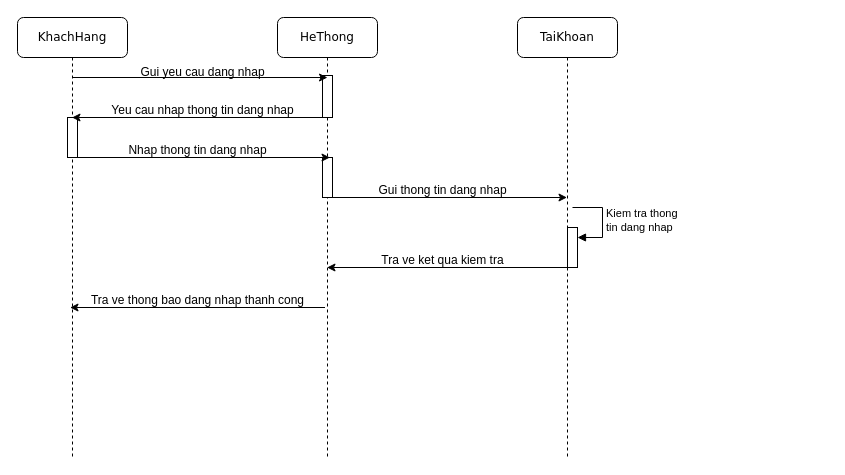
Dump-Duck/PTTK-HDT keeps this draw.io diagram as Biểu đồ không có tiêu đề.drawio. Above is the earlier version. Source tidied: cells renumbered, new cells numbered last; positions are measured from the earlier drawing's top-left corner, leaving out a move shared by most shapes. Both pictures are drawn from the tidied source at 100%, with x=0, y=0 at pixel (17, 17).
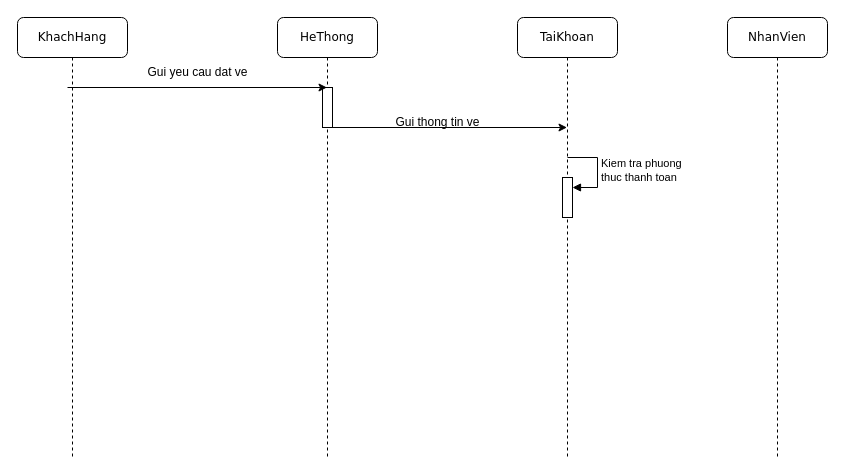
Above is the later version.

Commit message:
Cập nhật Biểu đồ không có tiêu đề.drawio

Unchanged cells that the change refers to:
```xml
<mxCell id="2" value="HeThong" style="shape=umlLifeline;perimeter=lifelinePerimeter;whiteSpace=wrap;html=1;outlineConnect=0;rounded=1;shadow=0;comic=0;labelBackgroundColor=none;strokeWidth=1;fontFamily=Verdana;fontSize=12;align=center;" parent="1" vertex="1">
  <mxGeometry x="260" width="100" height="440" as="geometry" />
</mxCell>
<mxCell id="7" value="KhachHang" style="shape=umlLifeline;perimeter=lifelinePerimeter;whiteSpace=wrap;html=1;rounded=1;shadow=0;comic=0;labelBackgroundColor=none;strokeWidth=1;fontFamily=Verdana;fontSize=12;align=center;" parent="1" vertex="1">
  <mxGeometry width="110" height="440" as="geometry" />
</mxCell>
<mxCell id="13" value="TaiKhoan" style="shape=umlLifeline;perimeter=lifelinePerimeter;whiteSpace=wrap;html=1;rounded=1;shadow=0;comic=0;labelBackgroundColor=none;strokeWidth=1;fontFamily=Verdana;fontSize=12;align=center;" parent="1" vertex="1">
  <mxGeometry x="500" width="100" height="440" as="geometry" />
</mxCell>
```

Diff of the diagram source:
```diff
@@
-    <mxCell id="3" style="html=1;points=[[0,0,0,0,5],[0,1,0,0,-5],[1,0,0,0,5],[1,1,0,0,-5]];perimeter=orthogonalPerimeter;outlineConnect=0;targetShapes=umlLifeline;portConstraint=eastwest;newEdgeStyle={&quot;curved&quot;:0,&quot;rounded&quot;:0};" parent="2" vertex="1">
-      <mxGeometry x="45" y="58" width="10" height="42" as="geometry" />
-    </mxCell>
-    <mxCell id="4" style="html=1;perimeter=orthogonalPerimeter;targetShapes=umlLifeline;newEdgeStyle={&quot;curved&quot;:0,&quot;rounded&quot;:0};" parent="2" vertex="1">
-      <mxGeometry x="45" y="140" width="10" height="40" as="geometry" />
-    </mxCell>
-    <mxCell id="5" value="Tra ve thong bao dang nhap thanh cong" style="text;html=1;align=center;verticalAlign=middle;strokeColor=none;fillColor=none;" parent="2" vertex="1">
-      <mxGeometry x="-200" y="268" width="240" height="30" as="geometry" />
-    </mxCell>
-    <mxCell id="6" style="endArrow=classic;html=1;rounded=0;" parent="2" edge="1">
-      <mxGeometry relative="1" as="geometry">
-        <mxPoint x="47.5" y="290" as="sourcePoint" />
-        <mxPoint x="-207.5" y="290" as="targetPoint" />
-      </mxGeometry>
-    </mxCell>
+    <mxCell id="22" style="html=1;perimeter=orthogonalPerimeter;targetShapes=umlLifeline;newEdgeStyle={&quot;curved&quot;:0,&quot;rounded&quot;:0};" parent="2" vertex="1">
+      <mxGeometry x="45" y="70" width="10" height="40" as="geometry" />
+    </mxCell>
@@
-    <mxCell id="8" style="html=1;perimeter=orthogonalPerimeter;targetShapes=umlLifeline;newEdgeStyle={&quot;curved&quot;:0,&quot;rounded&quot;:0};" parent="7" vertex="1">
-      <mxGeometry x="50" y="100" width="10" height="40" as="geometry" />
-    </mxCell>
-    <mxCell id="9" style="endArrow=classic;html=1;rounded=0;entryX=0.5;entryY=0.048;entryDx=0;entryDy=0;entryPerimeter=0;" parent="1" edge="1" target="3">
-      <mxGeometry relative="1" as="geometry">
-        <mxPoint x="55" y="60" as="sourcePoint" />
-      </mxGeometry>
-    </mxCell>
-    <mxCell id="10" value="Gui yeu cau dang nhap" style="text;html=1;align=center;verticalAlign=middle;strokeColor=none;fillColor=none;" parent="1" vertex="1">
-      <mxGeometry x="110" y="40" width="150" height="30" as="geometry" />
-    </mxCell>
-    <mxCell id="11" style="endArrow=classic;html=1;rounded=0;" parent="1" edge="1">
-      <mxGeometry relative="1" as="geometry">
-        <mxPoint x="310" y="100" as="sourcePoint" />
-        <mxPoint x="54.5" y="100" as="targetPoint" />
-      </mxGeometry>
-    </mxCell>
-    <mxCell id="12" value="Yeu cau nhap thong tin dang nhap" style="text;html=1;align=center;verticalAlign=middle;strokeColor=none;fillColor=none;" parent="1" vertex="1">
-      <mxGeometry x="80" y="78" width="210" height="30" as="geometry" />
-    </mxCell>
@@
-    <mxCell id="14" style="html=1;points=[[0,0,0,0,5],[0,1,0,0,-5],[1,0,0,0,5],[1,1,0,0,-5]];perimeter=orthogonalPerimeter;outlineConnect=0;targetShapes=umlLifeline;portConstraint=eastwest;newEdgeStyle={&quot;curved&quot;:0,&quot;rounded&quot;:0};" parent="13" vertex="1">
-      <mxGeometry x="50" y="210" width="10" height="40" as="geometry" />
-    </mxCell>
-    <mxCell id="15" value="Kiem tra thong&lt;div&gt;tin dang nhap&lt;/div&gt;" style="html=1;align=left;spacingLeft=2;endArrow=block;rounded=0;edgeStyle=orthogonalEdgeStyle;curved=0;rounded=0;" parent="13" edge="1" target="14">
-      <mxGeometry relative="1" as="geometry">
-        <mxPoint x="55" y="190" as="sourcePoint" />
-        <Array as="points">
-          <mxPoint x="85" y="220" />
-        </Array>
-      </mxGeometry>
-    </mxCell>
-    <mxCell id="16" style="endArrow=classic;html=1;rounded=0;" parent="1" edge="1">
-      <mxGeometry relative="1" as="geometry">
-        <mxPoint x="57.5" y="140" as="sourcePoint" />
-        <mxPoint x="312.5" y="140" as="targetPoint" />
-      </mxGeometry>
-    </mxCell>
-    <mxCell id="17" value="Nhap thong tin dang nhap" style="text;html=1;align=center;verticalAlign=middle;strokeColor=none;fillColor=none;" parent="1" vertex="1">
-      <mxGeometry x="100" y="118" width="160" height="30" as="geometry" />
-    </mxCell>
-    <mxCell id="18" style="endArrow=classic;html=1;rounded=0;" parent="1" edge="1">
-      <mxGeometry relative="1" as="geometry">
-        <mxPoint x="309.5" y="180" as="sourcePoint" />
-        <mxPoint x="549.5" y="180" as="targetPoint" />
-      </mxGeometry>
-    </mxCell>
-    <mxCell id="19" value="Gui thong tin dang nhap" style="text;html=1;align=center;verticalAlign=middle;strokeColor=none;fillColor=none;" parent="1" vertex="1">
-      <mxGeometry x="350" y="158" width="150" height="30" as="geometry" />
-    </mxCell>
-    <mxCell id="20" style="endArrow=classic;html=1;rounded=0;" parent="1" edge="1">
-      <mxGeometry relative="1" as="geometry">
-        <mxPoint x="549.5" y="250" as="sourcePoint" />
-        <mxPoint x="309.5" y="250" as="targetPoint" />
-      </mxGeometry>
-    </mxCell>
-    <mxCell id="21" value="Tra ve ket qua kiem tra" style="text;html=1;align=center;verticalAlign=middle;strokeColor=none;fillColor=none;" parent="1" vertex="1">
-      <mxGeometry x="350" y="228" width="150" height="30" as="geometry" />
-    </mxCell>
+    <mxCell id="23" style="html=1;points=[[0,0,0,0,5],[0,1,0,0,-5],[1,0,0,0,5],[1,1,0,0,-5]];perimeter=orthogonalPerimeter;outlineConnect=0;targetShapes=umlLifeline;portConstraint=eastwest;newEdgeStyle={&quot;curved&quot;:0,&quot;rounded&quot;:0};" parent="13" vertex="1">
+      <mxGeometry x="45" y="160" width="10" height="40" as="geometry" />
+    </mxCell>
+    <mxCell id="24" value="Kiem tra phuong&amp;nbsp;&lt;div&gt;thuc thanh toan&lt;/div&gt;" style="html=1;align=left;spacingLeft=2;endArrow=block;rounded=0;edgeStyle=orthogonalEdgeStyle;curved=0;rounded=0;" parent="13" edge="1" target="23">
+      <mxGeometry relative="1" as="geometry">
+        <mxPoint x="50" y="140" as="sourcePoint" />
+        <Array as="points">
+          <mxPoint x="80" y="170" />
+        </Array>
+      </mxGeometry>
+    </mxCell>
+    <mxCell id="25" value="NhanVien" style="shape=umlLifeline;perimeter=lifelinePerimeter;whiteSpace=wrap;html=1;rounded=1;shadow=0;comic=0;labelBackgroundColor=none;strokeWidth=1;fontFamily=Verdana;fontSize=12;align=center;" parent="1" vertex="1">
+      <mxGeometry x="710" width="100" height="440" as="geometry" />
+    </mxCell>
+    <mxCell id="26" style="endArrow=classic;html=1;rounded=0;" parent="1" edge="1" target="2">
+      <mxGeometry relative="1" as="geometry">
+        <mxPoint x="50" y="70" as="sourcePoint" />
+      </mxGeometry>
+    </mxCell>
+    <mxCell id="27" value="Gui yeu cau dat ve" style="text;html=1;align=center;verticalAlign=middle;strokeColor=none;fillColor=none;" parent="1" vertex="1">
+      <mxGeometry x="120" y="40" width="120" height="30" as="geometry" />
+    </mxCell>
+    <mxCell id="28" style="endArrow=classic;html=1;rounded=0;" parent="1" edge="1">
+      <mxGeometry relative="1" as="geometry">
+        <mxPoint x="309.5" y="110" as="sourcePoint" />
+        <mxPoint x="549.5" y="110" as="targetPoint" />
+      </mxGeometry>
+    </mxCell>
+    <mxCell id="29" value="Gui thong tin ve" style="text;html=1;align=center;verticalAlign=middle;strokeColor=none;fillColor=none;" parent="1" vertex="1">
+      <mxGeometry x="365" y="90" width="110" height="30" as="geometry" />
+    </mxCell>
```
